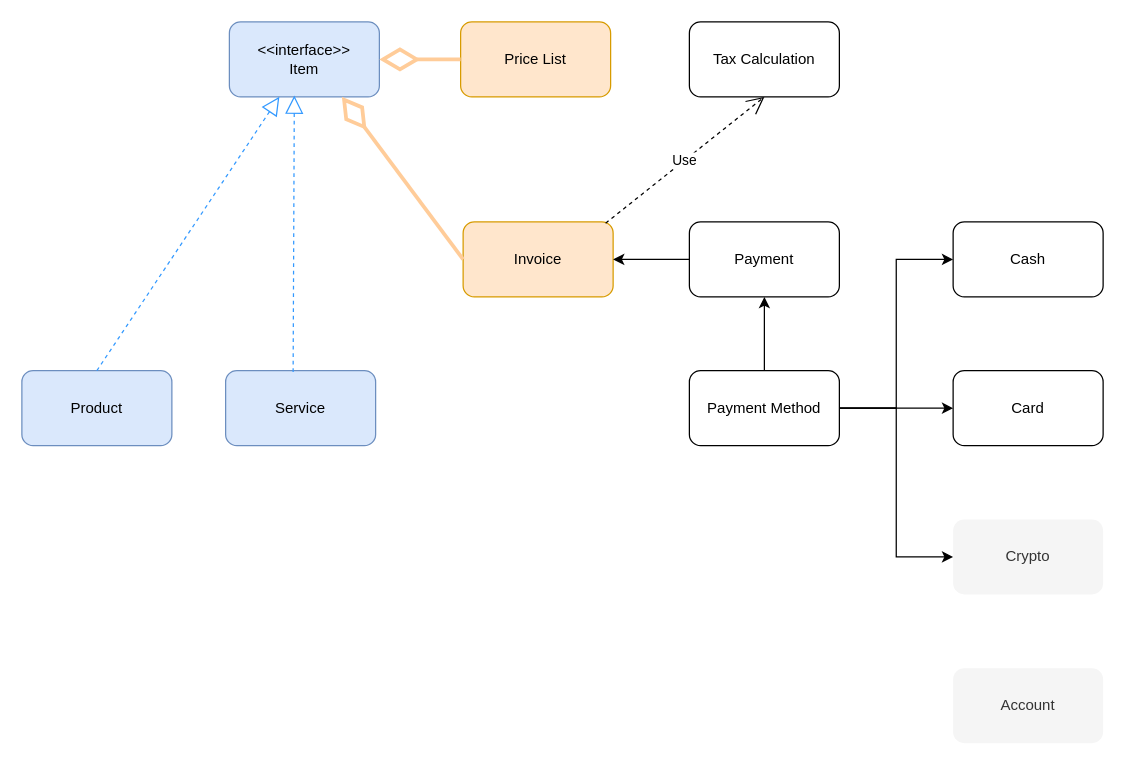
369neri/PortculisPOS keeps this draw.io diagram as Portculis Cashier.drawio. Above is the earlier version. Source tidied: cells renumbered, new cells numbered last; positions are measured from the earlier drawing's top-left corner, leaving out a move shared by most shapes. Both pictures are drawn from the tidied source at 125%, with x=0, y=0 at pixel (21, 21).
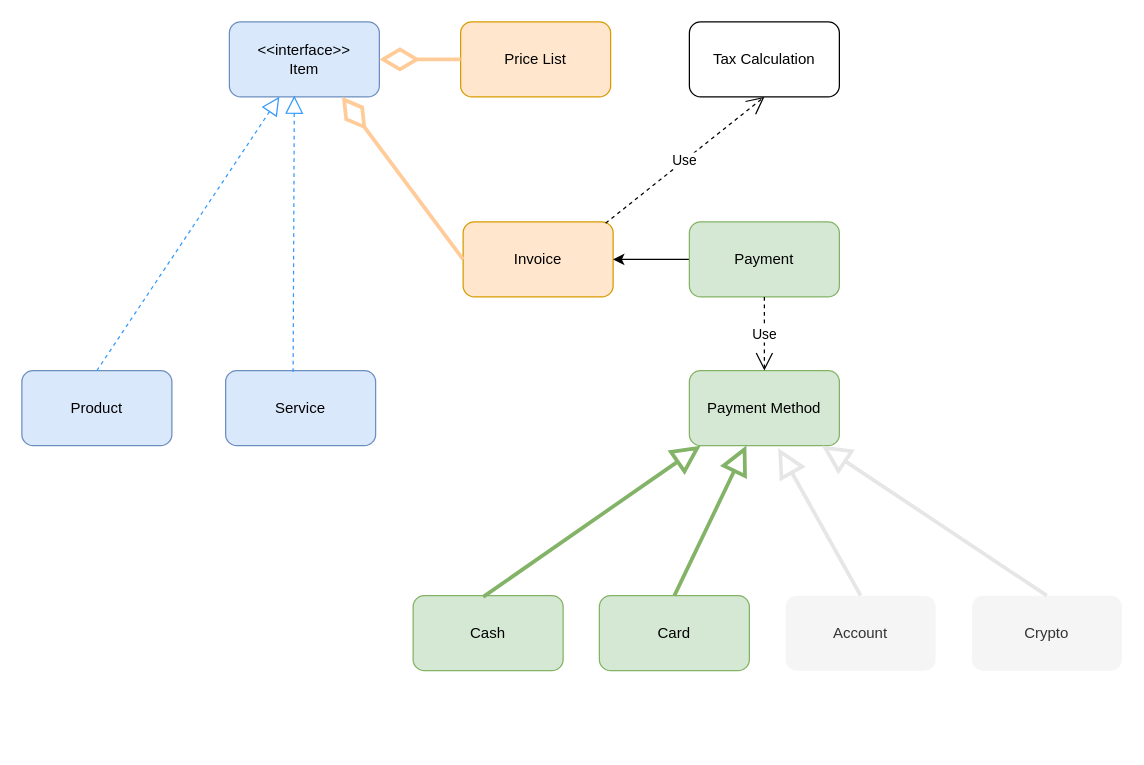
Above is the later version.

What changed in the source:
```diff
@@
-    <mxCell id="6" value="Payment" style="rounded=1;whiteSpace=wrap;html=1;" parent="1" vertex="1">
+    <mxCell id="6" value="Payment" style="rounded=1;whiteSpace=wrap;html=1;fillColor=#d5e8d4;strokeColor=#82b366;" parent="1" vertex="1">
       <mxGeometry x="534" y="160" width="120" height="60" as="geometry" />
     </mxCell>
-    <mxCell id="7" style="edgeStyle=orthogonalEdgeStyle;rounded=0;jettySize=auto;html=1;" parent="1" edge="1" source="11" target="6">
-      <mxGeometry relative="1" as="geometry" />
-    </mxCell>
-    <mxCell id="8" style="edgeStyle=orthogonalEdgeStyle;rounded=0;jettySize=auto;html=1;entryX=0;entryY=0.5;entryDx=0;entryDy=0;" parent="1" edge="1" source="11" target="13">
-      <mxGeometry relative="1" as="geometry" />
-    </mxCell>
-    <mxCell id="9" style="edgeStyle=orthogonalEdgeStyle;rounded=0;jettySize=auto;html=1;entryX=0;entryY=0.5;entryDx=0;entryDy=0;" parent="1" edge="1" source="11" target="14">
-      <mxGeometry relative="1" as="geometry" />
-    </mxCell>
-    <mxCell id="10" style="edgeStyle=orthogonalEdgeStyle;rounded=0;jettySize=auto;html=1;entryX=0;entryY=0.5;entryDx=0;entryDy=0;" parent="1" edge="1" source="11" target="16">
-      <mxGeometry relative="1" as="geometry" />
-    </mxCell>
-    <mxCell id="11" value="Payment Method" style="rounded=1;whiteSpace=wrap;html=1;" parent="1" vertex="1">
+    <mxCell id="11" value="Payment Method" style="rounded=1;whiteSpace=wrap;html=1;fillColor=#d5e8d4;strokeColor=#82b366;" parent="1" vertex="1">
       <mxGeometry x="534" y="279" width="120" height="60" as="geometry" />
     </mxCell>
@@
-    <mxCell id="13" value="Cash" style="rounded=1;whiteSpace=wrap;html=1;" parent="1" vertex="1">
-      <mxGeometry x="745" y="160" width="120" height="60" as="geometry" />
+    <mxCell id="13" value="Cash" style="rounded=1;whiteSpace=wrap;html=1;fillColor=#d5e8d4;strokeColor=#82b366;" parent="1" vertex="1">
+      <mxGeometry x="313" y="459" width="120" height="60" as="geometry" />
     </mxCell>
-    <mxCell id="14" value="Card" style="rounded=1;whiteSpace=wrap;html=1;" parent="1" vertex="1">
-      <mxGeometry x="745" y="279" width="120" height="60" as="geometry" />
+    <mxCell id="14" value="Card" style="rounded=1;whiteSpace=wrap;html=1;fillColor=#d5e8d4;strokeColor=#82b366;" parent="1" vertex="1">
+      <mxGeometry x="462" y="459" width="120" height="60" as="geometry" />
     </mxCell>
     <mxCell id="15" value="Account" style="rounded=1;whiteSpace=wrap;html=1;fillColor=#f5f5f5;fontColor=#333333;strokeColor=none;dashed=1;dashPattern=1 4;strokeWidth=0;" parent="1" vertex="1">
-      <mxGeometry x="745" y="517" width="120" height="60" as="geometry" />
+      <mxGeometry x="611" y="459" width="120" height="60" as="geometry" />
     </mxCell>
     <mxCell id="16" value="Crypto" style="rounded=1;whiteSpace=wrap;html=1;fillColor=#f5f5f5;fontColor=#333333;strokeColor=none;dashed=1;dashPattern=1 4;strokeWidth=0;" parent="1" vertex="1">
-      <mxGeometry x="745" y="398" width="120" height="60" as="geometry" />
+      <mxGeometry x="760" y="459" width="120" height="60" as="geometry" />
     </mxCell>
@@
+    <mxCell id="24" value="Use" style="endArrow=open;endSize=12;dashed=1;html=1;rounded=0;exitX=0.5;exitY=1;exitDx=0;exitDy=0;entryX=0.5;entryY=0;entryDx=0;entryDy=0;" parent="1" edge="1" source="6" target="11">
+      <mxGeometry relative="1" as="geometry" />
+    </mxCell>
+    <mxCell id="25" style="endArrow=block;endSize=16;endFill=0;html=1;rounded=0;strokeColor=#82b366;strokeWidth=3;fillColor=#d5e8d4;exitX=0.5;exitY=0;exitDx=0;exitDy=0;" parent="1" edge="1" source="14" target="11">
+      <mxGeometry relative="1" as="geometry" />
+    </mxCell>
+    <mxCell id="26" style="endArrow=block;endSize=16;endFill=0;html=1;rounded=0;strokeColor=#82b366;strokeWidth=3;fillColor=#d5e8d4;entryX=0.075;entryY=1;entryDx=0;entryDy=0;entryPerimeter=0;exitX=0.467;exitY=0.017;exitDx=0;exitDy=0;exitPerimeter=0;" parent="1" edge="1" source="13" target="11">
+      <mxGeometry x="0.13" y="-71" relative="1" as="geometry" />
+    </mxCell>
+    <mxCell id="27" style="endArrow=block;endSize=16;endFill=0;html=1;rounded=0;strokeColor=#E6E6E6;strokeWidth=3;fillColor=#d5e8d4;exitX=0.5;exitY=0;exitDx=0;exitDy=0;entryX=0.883;entryY=1;entryDx=0;entryDy=0;entryPerimeter=0;" parent="1" edge="1" source="16" target="11">
+      <mxGeometry relative="1" as="geometry" />
+    </mxCell>
+    <mxCell id="28" style="endArrow=block;endSize=16;endFill=0;html=1;rounded=0;strokeColor=#E6E6E6;strokeWidth=3;fillColor=#d5e8d4;exitX=0.5;exitY=0;exitDx=0;exitDy=0;entryX=0.592;entryY=1.033;entryDx=0;entryDy=0;entryPerimeter=0;" parent="1" edge="1" source="15" target="11">
+      <mxGeometry relative="1" as="geometry" />
+    </mxCell>
```
